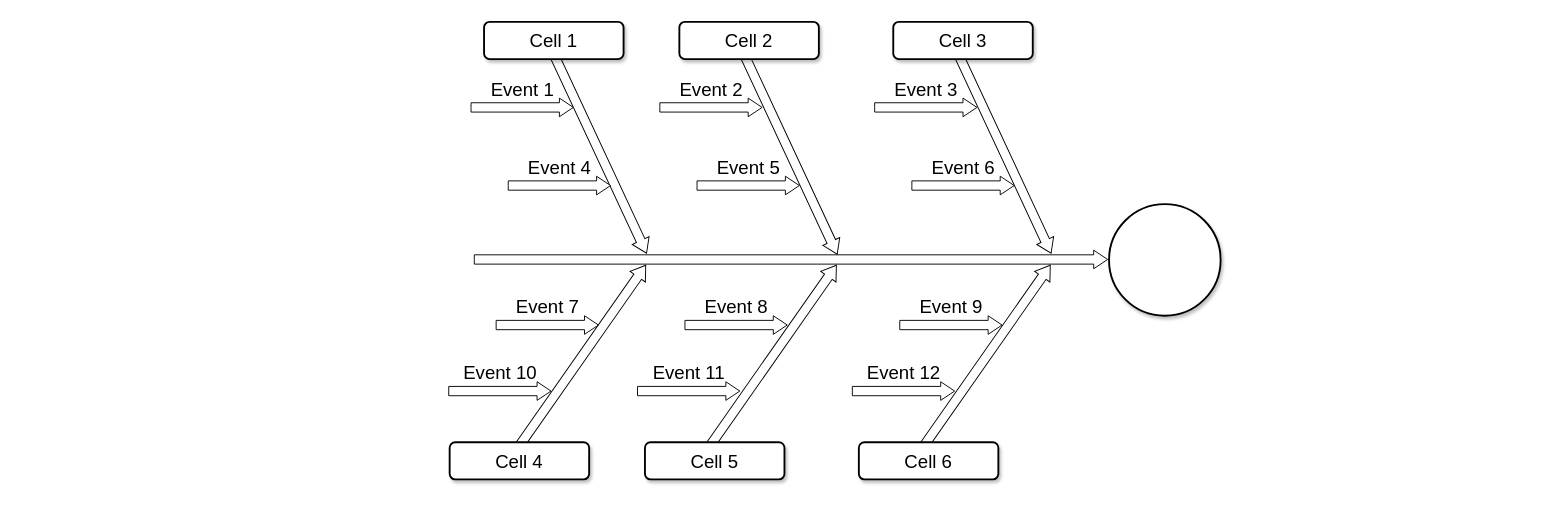
This is osimodel.drawio from MonikaRGowda/clcylevel2, a draw.io file, before an edit. Source tidied: cells renumbered, new cells numbered last; positions are measured from the earlier drawing's top-left corner, leaving out a move shared by most shapes. Both pictures are drawn from the tidied source at 93%, with x=0, y=0 at pixel (449, -58).
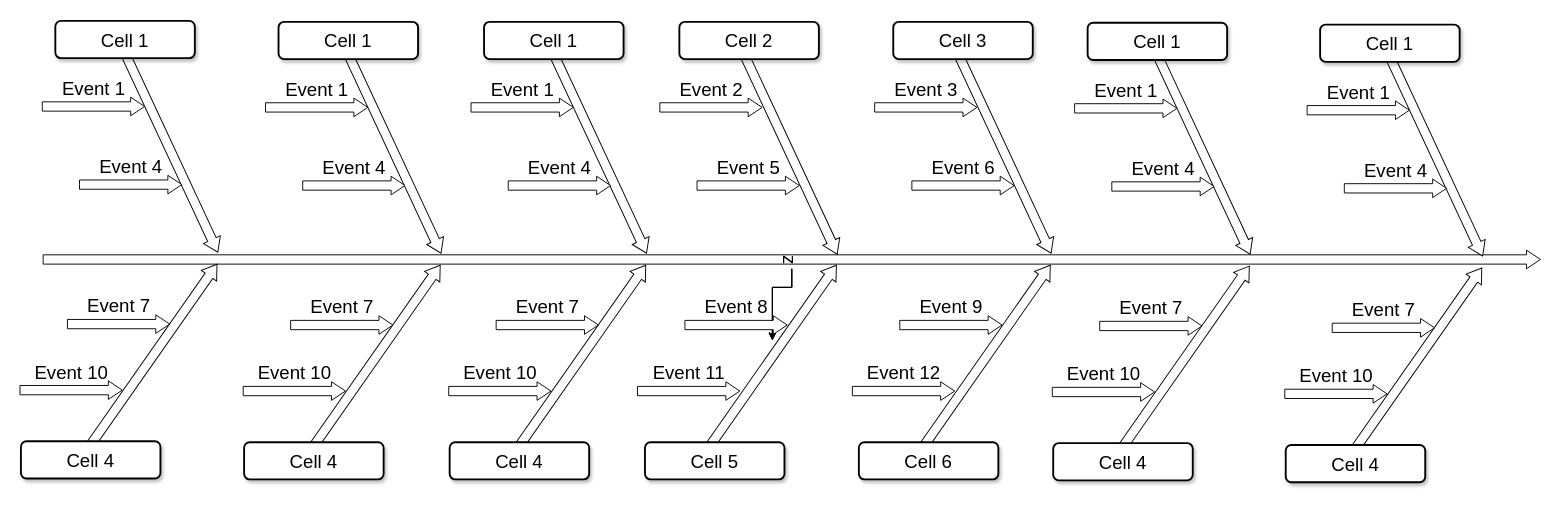
Above is the later version.

The change refers to these unchanged cells:
```xml
<mxCell id="3" style="html=1;shadow=0;dashed=0;align=center;verticalAlign=middle;shape=mxgraph.arrows2.arrow;dy=0.5;dx=15;direction=north;notch=0;rounded=0;strokeWidth=1;fontSize=20;rotation=35;" parent="1" vertex="1">
  <mxGeometry x="337" y="325" width="20" height="240" as="geometry" />
</mxCell>
```

Diff of the diagram source:
```diff
@@
+    <mxCell id="28" style="edgeStyle=orthogonalEdgeStyle;rounded=0;jettySize=auto;html=1;" parent="1" edge="1" source="5" target="3">
+      <mxGeometry relative="1" as="geometry" />
+    </mxCell>
+    <mxCell id="29" style="edgeStyle=orthogonalEdgeStyle;rounded=0;jettySize=auto;html=1;" parent="1" edge="1" source="5" target="3">
+      <mxGeometry relative="1" as="geometry" />
+    </mxCell>
+    <mxCell id="30" style="edgeStyle=orthogonalEdgeStyle;rounded=0;jettySize=auto;html=1;" parent="1" edge="1" source="5" target="3">
+      <mxGeometry relative="1" as="geometry" />
+    </mxCell>
-    <mxCell id="5" style="html=1;shadow=0;dashed=0;align=center;verticalAlign=middle;shape=mxgraph.arrows2.arrow;dy=0.5;dx=15;direction=north;notch=0;rounded=0;strokeWidth=1;fontSize=20;rotation=90;" parent="1" vertex="1">
-      <mxGeometry x="357" width="20" height="681" as="geometry" />
+    <mxCell id="5" value="z" style="html=1;shadow=0;dashed=0;align=center;verticalAlign=middle;shape=mxgraph.arrows2.arrow;dy=0.5;dx=15;direction=north;notch=0;rounded=0;strokeWidth=1;fontSize=20;rotation=90;" parent="1" vertex="1">
+      <mxGeometry x="357.9" y="-464.5" width="20" height="1610" as="geometry" />
     </mxCell>
@@
-    <mxCell id="15" style="ellipse;whiteSpace=wrap;html=1;rounded=1;shadow=1;strokeWidth=2;fontSize=20;" parent="1" vertex="1">
-      <mxGeometry x="709" y="281" width="120" height="120" as="geometry" />
-    </mxCell>
@@
+    <mxCell id="31" style="html=1;shadow=0;dashed=0;align=center;verticalAlign=middle;shape=mxgraph.arrows2.arrow;dy=0.5;dx=15;direction=north;notch=0;rounded=0;strokeWidth=1;fontSize=20;rotation=35;" parent="1" vertex="1">
+      <mxGeometry x="-89" y="325" width="20" height="240" as="geometry" />
+    </mxCell>
+    <mxCell id="32" style="html=1;shadow=0;dashed=0;align=center;verticalAlign=middle;shape=mxgraph.arrows2.arrow;dy=0.5;dx=15;direction=north;notch=0;rounded=0;strokeWidth=1;fontSize=20;rotation=155;" parent="1" vertex="1">
+      <mxGeometry x="-70" y="105" width="20" height="240" as="geometry" />
+    </mxCell>
+    <mxCell id="33" value="Cell 1" style="rounded=1;whiteSpace=wrap;html=1;shadow=1;strokeWidth=2;fontSize=20;" parent="1" vertex="1">
+      <mxGeometry x="-184" y="85" width="150" height="40" as="geometry" />
+    </mxCell>
+    <mxCell id="34" value="Cell 4" style="rounded=1;whiteSpace=wrap;html=1;shadow=1;strokeWidth=2;fontSize=20;" parent="1" vertex="1">
+      <mxGeometry x="-221" y="537" width="150" height="40" as="geometry" />
+    </mxCell>
+    <mxCell id="35" value="Event 1" style="html=1;shadow=0;dashed=0;align=center;verticalAlign=middle;shape=mxgraph.arrows2.arrow;dy=0.5;dx=15;direction=north;notch=0;rounded=0;strokeWidth=1;fontSize=20;rotation=90;horizontal=0;labelPosition=left;verticalLabelPosition=middle;" parent="1" vertex="1">
+      <mxGeometry x="-153" y="122" width="20" height="110" as="geometry" />
+    </mxCell>
+    <mxCell id="36" value="Event 10" style="html=1;shadow=0;dashed=0;align=center;verticalAlign=middle;shape=mxgraph.arrows2.arrow;dy=0.5;dx=15;direction=north;notch=0;rounded=0;strokeWidth=1;fontSize=20;rotation=90;horizontal=0;labelPosition=left;verticalLabelPosition=middle;" parent="1" vertex="1">
+      <mxGeometry x="-177" y="427" width="20" height="110" as="geometry" />
+    </mxCell>
+    <mxCell id="37" value="Event 4" style="html=1;shadow=0;dashed=0;align=center;verticalAlign=middle;shape=mxgraph.arrows2.arrow;dy=0.5;dx=15;direction=north;notch=0;rounded=0;strokeWidth=1;fontSize=20;rotation=90;horizontal=0;labelPosition=left;verticalLabelPosition=middle;" parent="1" vertex="1">
+      <mxGeometry x="-113" y="206" width="20" height="110" as="geometry" />
+    </mxCell>
+    <mxCell id="38" value="Event 7" style="html=1;shadow=0;dashed=0;align=center;verticalAlign=middle;shape=mxgraph.arrows2.arrow;dy=0.5;dx=15;direction=north;notch=0;rounded=0;strokeWidth=1;fontSize=20;rotation=90;horizontal=0;labelPosition=left;verticalLabelPosition=middle;" parent="1" vertex="1">
+      <mxGeometry x="-126" y="356" width="20" height="110" as="geometry" />
+    </mxCell>
+    <mxCell id="39" style="html=1;shadow=0;dashed=0;align=center;verticalAlign=middle;shape=mxgraph.arrows2.arrow;dy=0.5;dx=15;direction=north;notch=0;rounded=0;strokeWidth=1;fontSize=20;rotation=35;" parent="1" vertex="1">
+      <mxGeometry x="-329" y="324" width="20" height="240" as="geometry" />
+    </mxCell>
+    <mxCell id="40" style="html=1;shadow=0;dashed=0;align=center;verticalAlign=middle;shape=mxgraph.arrows2.arrow;dy=0.5;dx=15;direction=north;notch=0;rounded=0;strokeWidth=1;fontSize=20;rotation=155;" parent="1" vertex="1">
+      <mxGeometry x="-310" y="104" width="20" height="240" as="geometry" />
+    </mxCell>
+    <mxCell id="41" value="Cell 1" style="rounded=1;whiteSpace=wrap;html=1;shadow=1;strokeWidth=2;fontSize=20;" parent="1" vertex="1">
+      <mxGeometry x="-424" y="84" width="150" height="40" as="geometry" />
+    </mxCell>
+    <mxCell id="42" value="Cell 4" style="rounded=1;whiteSpace=wrap;html=1;shadow=1;strokeWidth=2;fontSize=20;" parent="1" vertex="1">
+      <mxGeometry x="-461" y="536" width="150" height="40" as="geometry" />
+    </mxCell>
+    <mxCell id="43" value="Event 1" style="html=1;shadow=0;dashed=0;align=center;verticalAlign=middle;shape=mxgraph.arrows2.arrow;dy=0.5;dx=15;direction=north;notch=0;rounded=0;strokeWidth=1;fontSize=20;rotation=90;horizontal=0;labelPosition=left;verticalLabelPosition=middle;" parent="1" vertex="1">
+      <mxGeometry x="-393" y="121" width="20" height="110" as="geometry" />
+    </mxCell>
+    <mxCell id="44" value="Event 10" style="html=1;shadow=0;dashed=0;align=center;verticalAlign=middle;shape=mxgraph.arrows2.arrow;dy=0.5;dx=15;direction=north;notch=0;rounded=0;strokeWidth=1;fontSize=20;rotation=90;horizontal=0;labelPosition=left;verticalLabelPosition=middle;" parent="1" vertex="1">
+      <mxGeometry x="-417" y="426" width="20" height="110" as="geometry" />
+    </mxCell>
+    <mxCell id="45" value="Event 4" style="html=1;shadow=0;dashed=0;align=center;verticalAlign=middle;shape=mxgraph.arrows2.arrow;dy=0.5;dx=15;direction=north;notch=0;rounded=0;strokeWidth=1;fontSize=20;rotation=90;horizontal=0;labelPosition=left;verticalLabelPosition=middle;" parent="1" vertex="1">
+      <mxGeometry x="-353" y="205" width="20" height="110" as="geometry" />
+    </mxCell>
+    <mxCell id="46" value="Event 7" style="html=1;shadow=0;dashed=0;align=center;verticalAlign=middle;shape=mxgraph.arrows2.arrow;dy=0.5;dx=15;direction=north;notch=0;rounded=0;strokeWidth=1;fontSize=20;rotation=90;horizontal=0;labelPosition=left;verticalLabelPosition=middle;" parent="1" vertex="1">
+      <mxGeometry x="-366" y="355" width="20" height="110" as="geometry" />
+    </mxCell>
+    <mxCell id="47" style="html=1;shadow=0;dashed=0;align=center;verticalAlign=middle;shape=mxgraph.arrows2.arrow;dy=0.5;dx=15;direction=north;notch=0;rounded=0;strokeWidth=1;fontSize=20;rotation=35;" parent="1" vertex="1">
+      <mxGeometry x="781" y="326" width="20" height="240" as="geometry" />
+    </mxCell>
+    <mxCell id="48" style="html=1;shadow=0;dashed=0;align=center;verticalAlign=middle;shape=mxgraph.arrows2.arrow;dy=0.5;dx=15;direction=north;notch=0;rounded=0;strokeWidth=1;fontSize=20;rotation=155;" parent="1" vertex="1">
+      <mxGeometry x="800" y="106" width="20" height="240" as="geometry" />
+    </mxCell>
+    <mxCell id="49" value="Cell 1" style="rounded=1;whiteSpace=wrap;html=1;shadow=1;strokeWidth=2;fontSize=20;" parent="1" vertex="1">
+      <mxGeometry x="686" y="86" width="150" height="40" as="geometry" />
+    </mxCell>
+    <mxCell id="50" value="Cell 4" style="rounded=1;whiteSpace=wrap;html=1;shadow=1;strokeWidth=2;fontSize=20;" parent="1" vertex="1">
+      <mxGeometry x="649" y="538" width="150" height="40" as="geometry" />
+    </mxCell>
+    <mxCell id="51" value="Event 1" style="html=1;shadow=0;dashed=0;align=center;verticalAlign=middle;shape=mxgraph.arrows2.arrow;dy=0.5;dx=15;direction=north;notch=0;rounded=0;strokeWidth=1;fontSize=20;rotation=90;horizontal=0;labelPosition=left;verticalLabelPosition=middle;" parent="1" vertex="1">
+      <mxGeometry x="717" y="123" width="20" height="110" as="geometry" />
+    </mxCell>
+    <mxCell id="52" value="Event 10" style="html=1;shadow=0;dashed=0;align=center;verticalAlign=middle;shape=mxgraph.arrows2.arrow;dy=0.5;dx=15;direction=north;notch=0;rounded=0;strokeWidth=1;fontSize=20;rotation=90;horizontal=0;labelPosition=left;verticalLabelPosition=middle;" parent="1" vertex="1">
+      <mxGeometry x="693" y="428" width="20" height="110" as="geometry" />
+    </mxCell>
+    <mxCell id="53" value="Event 4" style="html=1;shadow=0;dashed=0;align=center;verticalAlign=middle;shape=mxgraph.arrows2.arrow;dy=0.5;dx=15;direction=north;notch=0;rounded=0;strokeWidth=1;fontSize=20;rotation=90;horizontal=0;labelPosition=left;verticalLabelPosition=middle;" parent="1" vertex="1">
+      <mxGeometry x="757" y="207" width="20" height="110" as="geometry" />
+    </mxCell>
+    <mxCell id="54" value="Event 7" style="html=1;shadow=0;dashed=0;align=center;verticalAlign=middle;shape=mxgraph.arrows2.arrow;dy=0.5;dx=15;direction=north;notch=0;rounded=0;strokeWidth=1;fontSize=20;rotation=90;horizontal=0;labelPosition=left;verticalLabelPosition=middle;" parent="1" vertex="1">
+      <mxGeometry x="744" y="357" width="20" height="110" as="geometry" />
+    </mxCell>
+    <mxCell id="55" style="html=1;shadow=0;dashed=0;align=center;verticalAlign=middle;shape=mxgraph.arrows2.arrow;dy=0.5;dx=15;direction=north;notch=0;rounded=0;strokeWidth=1;fontSize=20;rotation=35;" parent="1" vertex="1">
+      <mxGeometry x="1031" y="328" width="20" height="240" as="geometry" />
+    </mxCell>
+    <mxCell id="56" style="html=1;shadow=0;dashed=0;align=center;verticalAlign=middle;shape=mxgraph.arrows2.arrow;dy=0.5;dx=15;direction=north;notch=0;rounded=0;strokeWidth=1;fontSize=20;rotation=155;" parent="1" vertex="1">
+      <mxGeometry x="1050" y="108" width="20" height="240" as="geometry" />
+    </mxCell>
+    <mxCell id="57" value="Cell 1" style="rounded=1;whiteSpace=wrap;html=1;shadow=1;strokeWidth=2;fontSize=20;" parent="1" vertex="1">
+      <mxGeometry x="936" y="88" width="150" height="40" as="geometry" />
+    </mxCell>
+    <mxCell id="58" value="Cell 4" style="rounded=1;whiteSpace=wrap;html=1;shadow=1;strokeWidth=2;fontSize=20;" parent="1" vertex="1">
+      <mxGeometry x="899" y="540" width="150" height="40" as="geometry" />
+    </mxCell>
+    <mxCell id="59" value="Event 1" style="html=1;shadow=0;dashed=0;align=center;verticalAlign=middle;shape=mxgraph.arrows2.arrow;dy=0.5;dx=15;direction=north;notch=0;rounded=0;strokeWidth=1;fontSize=20;rotation=90;horizontal=0;labelPosition=left;verticalLabelPosition=middle;" parent="1" vertex="1">
+      <mxGeometry x="967" y="125" width="20" height="110" as="geometry" />
+    </mxCell>
+    <mxCell id="60" value="Event 10" style="html=1;shadow=0;dashed=0;align=center;verticalAlign=middle;shape=mxgraph.arrows2.arrow;dy=0.5;dx=15;direction=north;notch=0;rounded=0;strokeWidth=1;fontSize=20;rotation=90;horizontal=0;labelPosition=left;verticalLabelPosition=middle;" parent="1" vertex="1">
+      <mxGeometry x="943" y="430" width="20" height="110" as="geometry" />
+    </mxCell>
+    <mxCell id="61" value="Event 4" style="html=1;shadow=0;dashed=0;align=center;verticalAlign=middle;shape=mxgraph.arrows2.arrow;dy=0.5;dx=15;direction=north;notch=0;rounded=0;strokeWidth=1;fontSize=20;rotation=90;horizontal=0;labelPosition=left;verticalLabelPosition=middle;" parent="1" vertex="1">
+      <mxGeometry x="1007" y="209" width="20" height="110" as="geometry" />
+    </mxCell>
+    <mxCell id="62" value="Event 7" style="html=1;shadow=0;dashed=0;align=center;verticalAlign=middle;shape=mxgraph.arrows2.arrow;dy=0.5;dx=15;direction=north;notch=0;rounded=0;strokeWidth=1;fontSize=20;rotation=90;horizontal=0;labelPosition=left;verticalLabelPosition=middle;" parent="1" vertex="1">
+      <mxGeometry x="994" y="359" width="20" height="110" as="geometry" />
+    </mxCell>
```
